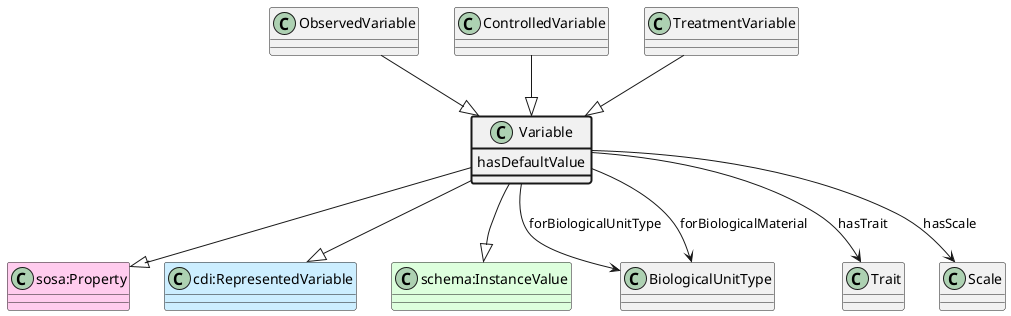
Before: ttl_uml/ttl_appn_Variable.png, a diagram exported from PlantUML (aus-plant-phenomics-network/appn-schema).
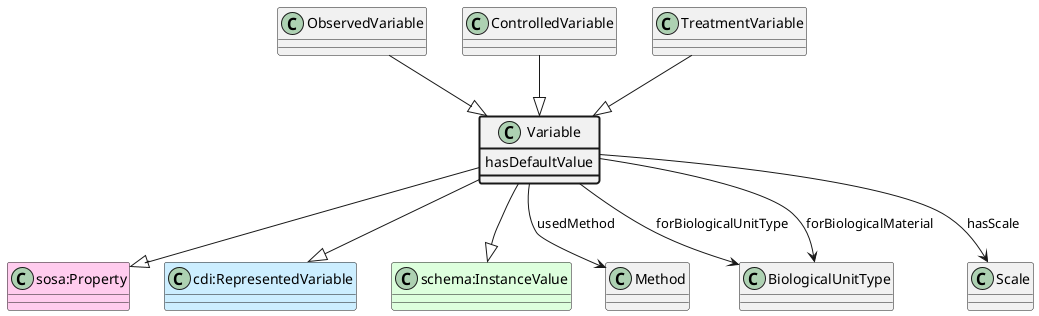
After the change.

Diff of the diagram source:
```diff
@@ -9,12 +9,12 @@
 class Variable #line.bold {
     hasDefaultValue
 }
+class Method
+Variable --> Method : usedMethod
 class BiologicalUnitType
 Variable --> BiologicalUnitType : forBiologicalUnitType
 class BiologicalUnitType
 Variable --> BiologicalUnitType : forBiologicalMaterial
-class Trait
-Variable --> Trait : hasTrait
 class Scale
 Variable --> Scale : hasScale
 class ObservedVariable
```
